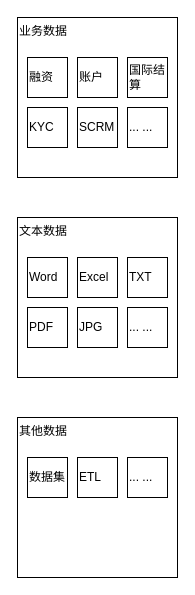
The draw.io diagram LLSI/数据模块处理.drawio in 0573xieguojia/To-program, before the edit. Source tidied: cells renumbered, new cells numbered last; positions are measured from the earlier drawing's top-left corner, leaving out a move shared by most shapes. Both pictures are drawn from the tidied source at 100%, with x=0, y=0 at pixel (17, 17).
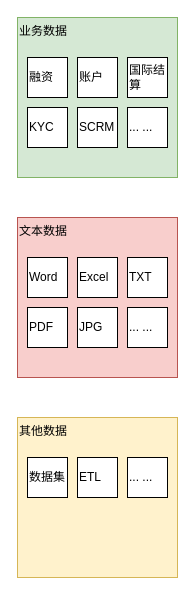
After the change.

Commit message (it also covers changes not shown here):
更新数据模块处理.drawio

The edit, as a diff of the source:
```diff
@@
 <mxGraphModel>
   <root>
     <mxCell id="0" />
     <mxCell id="1" parent="0" />
-    <mxCell id="2" value="业务数据" style="rounded=0;whiteSpace=wrap;html=1;horizontal=1;align=left;verticalAlign=top;" parent="1" vertex="1">
+    <mxCell id="2" value="业务数据" style="rounded=0;whiteSpace=wrap;html=1;horizontal=1;align=left;verticalAlign=top;fillColor=#d5e8d4;strokeColor=#82b366;" parent="1" vertex="1">
       <mxGeometry width="160" height="160" as="geometry" />
     </mxCell>
     <mxCell id="3" value="融资" style="rounded=0;whiteSpace=wrap;html=1;align=left;" parent="1" vertex="1">
       <mxGeometry x="10" y="40" width="40" height="40" as="geometry" />
     </mxCell>
     <mxCell id="4" value="账户" style="rounded=0;whiteSpace=wrap;html=1;align=left;" parent="1" vertex="1">
       <mxGeometry x="60" y="40" width="40" height="40" as="geometry" />
     </mxCell>
     <mxCell id="5" value="国际结算" style="rounded=0;whiteSpace=wrap;html=1;align=left;" parent="1" vertex="1">
       <mxGeometry x="110" y="40" width="40" height="40" as="geometry" />
     </mxCell>
     <mxCell id="6" value="KYC" style="rounded=0;whiteSpace=wrap;html=1;align=left;" parent="1" vertex="1">
       <mxGeometry x="10" y="90" width="40" height="40" as="geometry" />
     </mxCell>
     <mxCell id="7" value="SCRM" style="rounded=0;whiteSpace=wrap;html=1;align=left;" parent="1" vertex="1">
       <mxGeometry x="60" y="90" width="40" height="40" as="geometry" />
     </mxCell>
-    <mxCell id="8" value="文本数据" style="rounded=0;whiteSpace=wrap;html=1;horizontal=1;align=left;verticalAlign=top;" parent="1" vertex="1">
+    <mxCell id="8" value="文本数据" style="rounded=0;whiteSpace=wrap;html=1;horizontal=1;align=left;verticalAlign=top;fillColor=#f8cecc;strokeColor=#b85450;" parent="1" vertex="1">
       <mxGeometry y="200" width="160" height="160" as="geometry" />
     </mxCell>
     <mxCell id="9" value="Word" style="rounded=0;whiteSpace=wrap;html=1;align=left;" parent="1" vertex="1">
       <mxGeometry x="10" y="240" width="40" height="40" as="geometry" />
     </mxCell>
     <mxCell id="10" value="Excel" style="rounded=0;whiteSpace=wrap;html=1;align=left;" parent="1" vertex="1">
       <mxGeometry x="60" y="240" width="40" height="40" as="geometry" />
     </mxCell>
     <mxCell id="11" value="TXT" style="rounded=0;whiteSpace=wrap;html=1;align=left;" parent="1" vertex="1">
       <mxGeometry x="110" y="240" width="40" height="40" as="geometry" />
     </mxCell>
     <mxCell id="12" value="PDF" style="rounded=0;whiteSpace=wrap;html=1;align=left;" parent="1" vertex="1">
       <mxGeometry x="10" y="290" width="40" height="40" as="geometry" />
     </mxCell>
     <mxCell id="13" value="JPG" style="rounded=0;whiteSpace=wrap;html=1;align=left;" parent="1" vertex="1">
       <mxGeometry x="60" y="290" width="40" height="40" as="geometry" />
     </mxCell>
     <mxCell id="14" value="... ..." style="rounded=0;whiteSpace=wrap;html=1;align=left;" parent="1" vertex="1">
       <mxGeometry x="110" y="90" width="40" height="40" as="geometry" />
     </mxCell>
     <mxCell id="15" value="... ..." style="rounded=0;whiteSpace=wrap;html=1;align=left;" parent="1" vertex="1">
       <mxGeometry x="110" y="290" width="40" height="40" as="geometry" />
     </mxCell>
-    <mxCell id="16" value="其他数据" style="rounded=0;whiteSpace=wrap;html=1;horizontal=1;align=left;verticalAlign=top;" parent="1" vertex="1">
+    <mxCell id="16" value="其他数据" style="rounded=0;whiteSpace=wrap;html=1;horizontal=1;align=left;verticalAlign=top;fillColor=#fff2cc;strokeColor=#d6b656;" parent="1" vertex="1">
       <mxGeometry y="400" width="160" height="160" as="geometry" />
     </mxCell>
     <mxCell id="17" value="数据集" style="rounded=0;whiteSpace=wrap;html=1;align=left;" parent="1" vertex="1">
       <mxGeometry x="10" y="440" width="40" height="40" as="geometry" />
     </mxCell>
     <mxCell id="18" value="ETL" style="rounded=0;whiteSpace=wrap;html=1;align=left;" parent="1" vertex="1">
       <mxGeometry x="60" y="440" width="40" height="40" as="geometry" />
     </mxCell>
     <mxCell id="19" value="... ..." style="rounded=0;whiteSpace=wrap;html=1;align=left;" parent="1" vertex="1">
       <mxGeometry x="110" y="440" width="40" height="40" as="geometry" />
     </mxCell>
   </root>
 </mxGraphModel>
```
